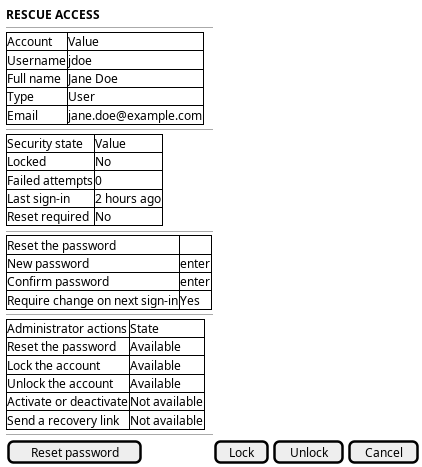
OreStudio/OreStudio keeps this PlantUML diagram as doc/knowledge/journeys/credentials/wireframe_rescue_access.png. Above is the earlier version. Its source is kept beside it as doc/knowledge/journeys/credentials/wireframe_rescue_access.puml. The source it was exported from:
```plantuml
@startuml

salt
{
  <b>RESCUE ACCESS</b>
  --
  {#
    Account   | Value
    Username  | jdoe
    Full name | Jane Doe
    Type      | User
    Email     | jane.doe@example.com
  }
  --
  {#
    Security state  | Value
    Locked          | No
    Failed attempts | 0
    Last sign-in    | 2 hours ago
    Reset required  | No
  }
  --
  {#
    Reset the password
    New password     | enter
    Confirm password | enter
    Require change on next sign-in | Yes
  }
  --
  {#
    Administrator actions      | State
    Reset the password         | Available
    Lock the account           | Available
    Unlock the account         | Available
    Activate or deactivate     | Not available
    Send a recovery link       | Not available
  }
  --
  [ Reset password ] | [ Lock ] | [ Unlock ] | [ Cancel ]
}

@enduml
```
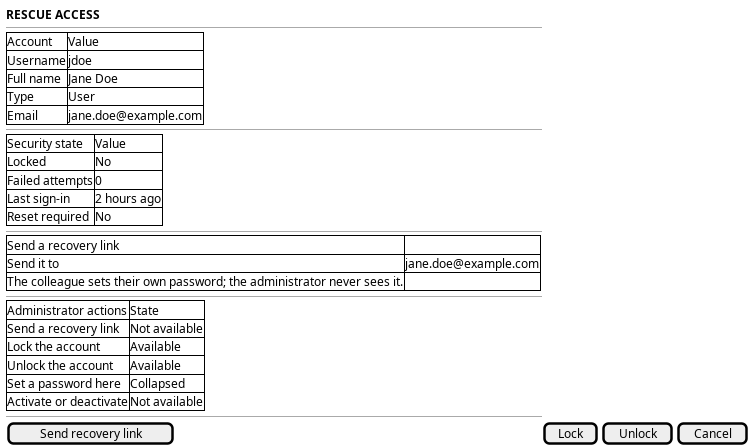
Above is the later version.

Change to the diagram source:
```diff
@@ -21,22 +21,21 @@
   }
   --
   {#
-    Reset the password
-    New password     | enter
-    Confirm password | enter
-    Require change on next sign-in | Yes
+    Send a recovery link
+    Send it to | jane.doe@example.com
+    The colleague sets their own password; the administrator never sees it.
   }
   --
   {#
     Administrator actions      | State
-    Reset the password         | Available
+    Send a recovery link       | Not available
     Lock the account           | Available
     Unlock the account         | Available
+    Set a password here        | Collapsed
     Activate or deactivate     | Not available
-    Send a recovery link       | Not available
   }
   --
-  [ Reset password ] | [ Lock ] | [ Unlock ] | [ Cancel ]
+  [ Send recovery link ] | [ Lock ] | [ Unlock ] | [ Cancel ]
 }
 
 @enduml
```
